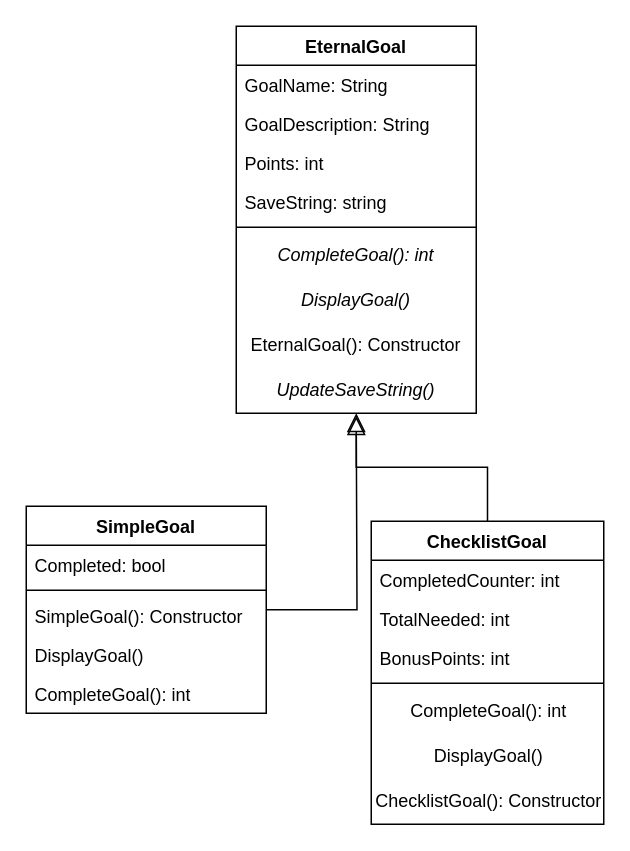
This is Draw.io/Polymorphism.drawio from Jebthegamer/cse210_hw, a draw.io file, before an edit. Source tidied: cells renumbered, new cells numbered last; positions are measured from the earlier drawing's top-left corner, leaving out a move shared by most shapes. Both pictures are drawn from the tidied source at 150%, with x=0, y=0 at pixel (26, 26).
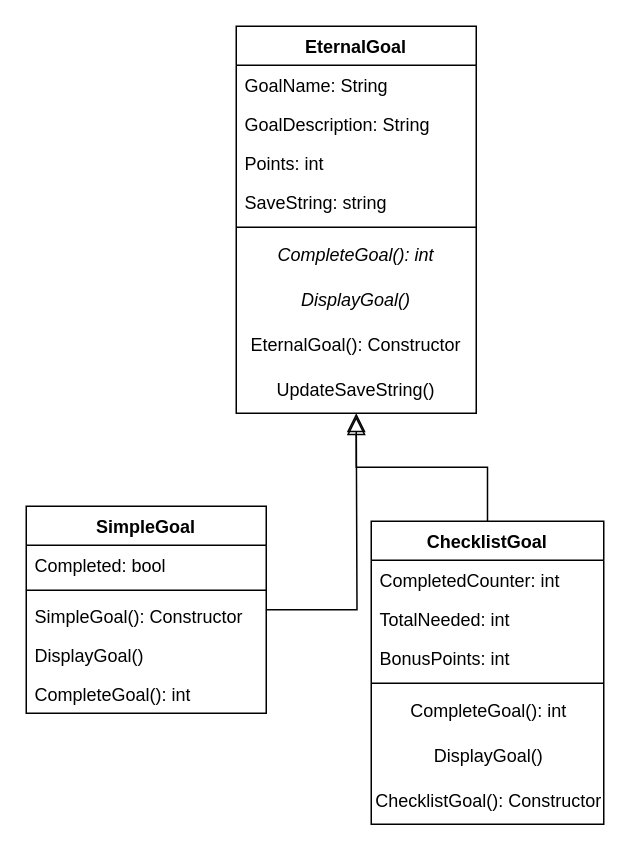
The same page after the edit.

Unchanged cells that the change refers to:
```xml
<mxCell id="2" value="EternalGoal" style="swimlane;fontStyle=1;align=center;verticalAlign=top;horizontal=1;startSize=26;rounded=0;shadow=0;strokeWidth=1;" parent="1" vertex="1">
  <mxGeometry x="140" width="160" height="258" as="geometry" />
</mxCell>
```

Diff of the diagram source:
```diff
@@
-    <mxCell id="11" value="&lt;i&gt;UpdateSaveString()&lt;/i&gt;" style="text;html=1;strokeColor=none;fillColor=none;align=center;verticalAlign=middle;whiteSpace=wrap;rounded=0;" parent="2" vertex="1">
+    <mxCell id="11" value="UpdateSaveString()" style="text;html=1;strokeColor=none;fillColor=none;align=center;verticalAlign=middle;whiteSpace=wrap;rounded=0;" parent="2" vertex="1">
       <mxGeometry y="228" width="160" height="30" as="geometry" />
     </mxCell>
```
